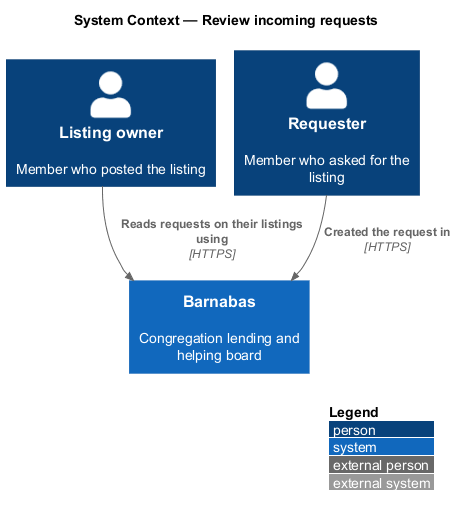
Earlier version of the PlantUML export docs/detailed-designs/requests/review-incoming-requests/diagrams/c4-context.png (QuinntyneBrown/Barnabas). The source it was exported from:
```plantuml
@startuml
!pragma layout smetana
!include <C4/C4_Context>
LAYOUT_WITH_LEGEND()
title System Context — Review incoming requests

Person(owner, "Listing owner", "Member who posted the listing")
Person(requester, "Requester", "Member who asked for the listing")
System(barnabas, "Barnabas", "Congregation lending and helping board")

Rel(owner, barnabas, "Reads requests on their listings using", "HTTPS")
Rel(requester, barnabas, "Created the request in", "HTTPS")
@enduml
```
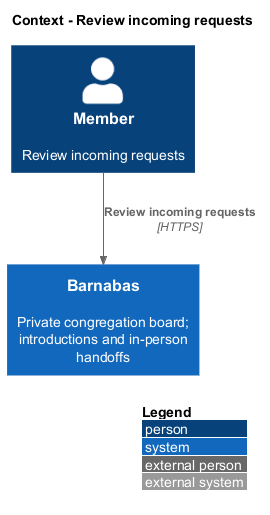
After the change.

Change to the diagram source:
```diff
@@ -1,13 +1,8 @@
 @startuml
-!pragma layout smetana
 !include <C4/C4_Context>
 LAYOUT_WITH_LEGEND()
-title System Context — Review incoming requests
-
-Person(owner, "Listing owner", "Member who posted the listing")
-Person(requester, "Requester", "Member who asked for the listing")
-System(barnabas, "Barnabas", "Congregation lending and helping board")
-
-Rel(owner, barnabas, "Reads requests on their listings using", "HTTPS")
-Rel(requester, barnabas, "Created the request in", "HTTPS")
+title Context - Review incoming requests
+Person(actor, "Member", "Review incoming requests")
+System(barnabas, "Barnabas", "Private congregation board; introductions and in-person handoffs")
+Rel(actor, barnabas, "Review incoming requests", "HTTPS")
 @enduml
```
